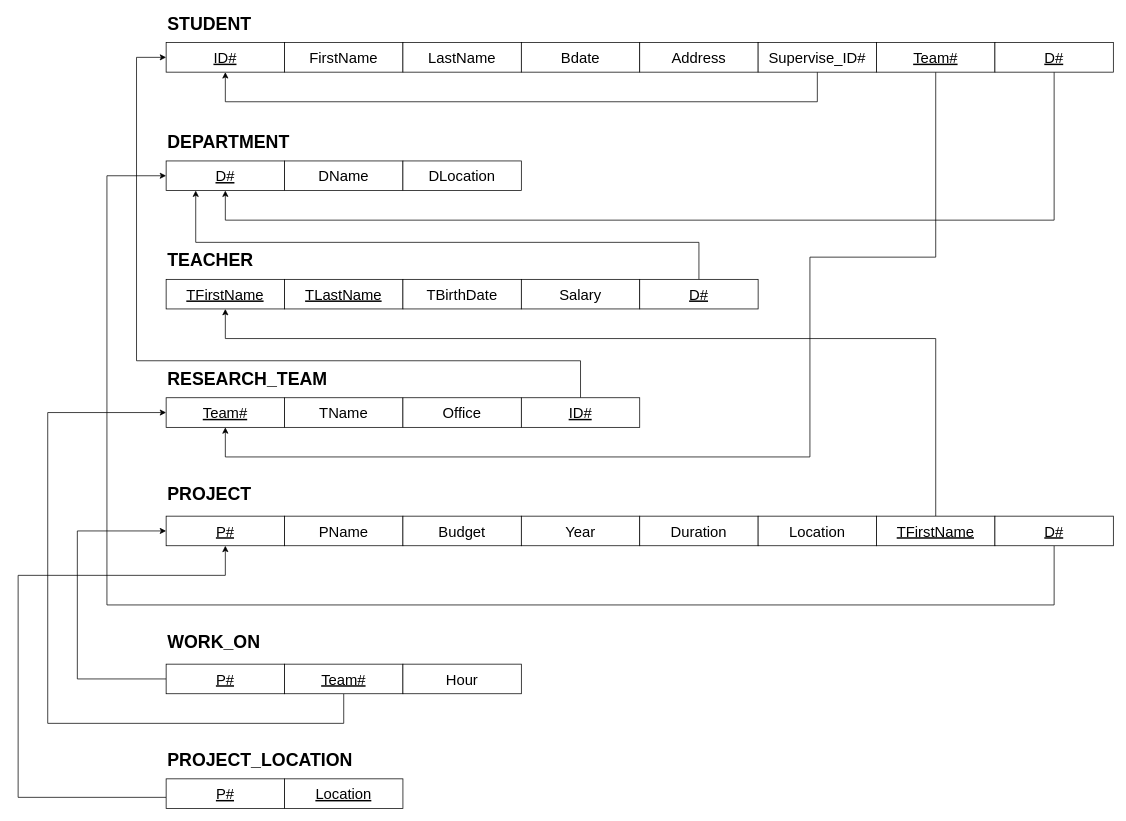
Earlier version of the draw.io diagram page "Page-1" (1 of 3) of relational_database_model.drawio (phlpat/test_repo). Source tidied: cells renumbered, new cells numbered last; positions are measured from the earlier drawing's top-left corner, leaving out a move shared by most shapes. Both pictures are drawn from the tidied source at 74%, with x=0, y=0 at pixel (18, 13).
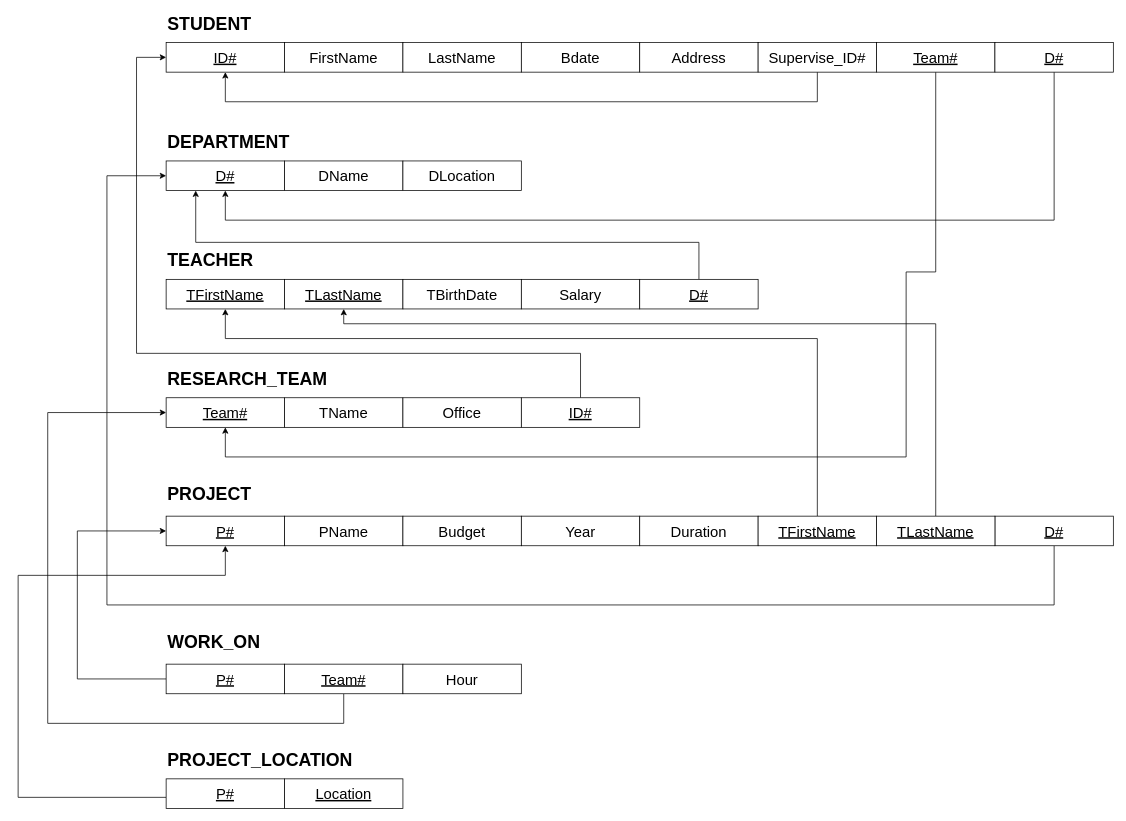
After the change.

Unchanged cells that the change refers to:
```xml
<mxCell id="2" value="&lt;font style=&quot;font-size: 20px&quot;&gt;&lt;u&gt;ID#&lt;/u&gt;&lt;/font&gt;" style="rounded=0;whiteSpace=wrap;html=1;" parent="1" vertex="1">
  <mxGeometry x="200" y="40" width="160" height="40" as="geometry" />
</mxCell>
<mxCell id="12" value="&lt;font style=&quot;font-size: 20px&quot;&gt;&lt;u&gt;D#&lt;/u&gt;&lt;/font&gt;" style="rounded=0;whiteSpace=wrap;html=1;" parent="1" vertex="1">
  <mxGeometry x="200" y="200" width="160" height="40" as="geometry" />
</mxCell>
<mxCell id="15" value="&lt;font style=&quot;font-size: 20px&quot;&gt;&lt;u&gt;TFirstName&lt;/u&gt;&lt;/font&gt;" style="rounded=0;whiteSpace=wrap;html=1;" parent="1" vertex="1">
  <mxGeometry x="200" y="360" width="160" height="40" as="geometry" />
</mxCell>
<mxCell id="16" value="&lt;u style=&quot;font-size: 20px&quot;&gt;TLastName&lt;/u&gt;" style="rounded=0;whiteSpace=wrap;html=1;" parent="1" vertex="1">
  <mxGeometry x="360" y="360" width="160" height="40" as="geometry" />
</mxCell>
<mxCell id="19" value="&lt;font style=&quot;font-size: 20px&quot;&gt;&lt;u&gt;Team#&lt;/u&gt;&lt;/font&gt;" style="rounded=0;whiteSpace=wrap;html=1;" parent="1" vertex="1">
  <mxGeometry x="200" y="520" width="160" height="40" as="geometry" />
</mxCell>
<mxCell id="31" value="&lt;span style=&quot;font-size: 20px&quot;&gt;&lt;u&gt;Team#&lt;/u&gt;&lt;/span&gt;" style="rounded=0;whiteSpace=wrap;html=1;" parent="1" vertex="1">
  <mxGeometry x="1160" y="40" width="160" height="40" as="geometry" />
</mxCell>
<mxCell id="33" value="&lt;font style=&quot;font-size: 20px&quot;&gt;&lt;u&gt;ID#&lt;/u&gt;&lt;/font&gt;" style="rounded=0;whiteSpace=wrap;html=1;" parent="1" vertex="1">
  <mxGeometry x="680" y="520" width="160" height="40" as="geometry" />
</mxCell>
<mxCell id="41" value="&lt;font style=&quot;font-size: 20px&quot;&gt;&lt;u&gt;D#&lt;/u&gt;&lt;/font&gt;" style="rounded=0;whiteSpace=wrap;html=1;" parent="1" vertex="1">
  <mxGeometry x="1320" y="680" width="160" height="40" as="geometry" />
</mxCell>
```

What changed in the source:
```diff
@@
-    <mxCell id="27" value="&lt;span style=&quot;font-size: 20px&quot;&gt;Location&lt;/span&gt;" style="rounded=0;whiteSpace=wrap;html=1;" parent="1" vertex="1">
-      <mxGeometry x="1000" y="680" width="160" height="40" as="geometry" />
-    </mxCell>
@@
-    <mxCell id="30" style="edgeStyle=orthogonalEdgeStyle;rounded=0;jettySize=auto;html=1;entryX=0.5;entryY=1;entryDx=0;entryDy=0;fontSize=20;endArrow=classic;endFill=1;" parent="1" edge="1" source="31" target="19">
+    <mxCell id="30" style="edgeStyle=orthogonalEdgeStyle;rounded=0;jettySize=auto;html=1;entryX=0.5;entryY=1;entryDx=0;entryDy=0;fontSize=20;endArrow=classic;endFill=1;exitX=0.5;exitY=1;exitDx=0;exitDy=0;" parent="1" edge="1" source="31" target="19">
       <mxGeometry relative="1" as="geometry">
         <Array as="points">
-          <mxPoint x="1240" y="330" />
-          <mxPoint x="1070" y="330" />
-          <mxPoint x="1070" y="600" />
+          <mxPoint x="1240" y="350" />
+          <mxPoint x="1200" y="350" />
+          <mxPoint x="1200" y="600" />
           <mxPoint x="280" y="600" />
         </Array>
       </mxGeometry>
     </mxCell>
@@
     <mxCell id="32" style="edgeStyle=orthogonalEdgeStyle;rounded=0;jettySize=auto;html=1;entryX=0;entryY=0.5;entryDx=0;entryDy=0;fontSize=20;endArrow=classic;endFill=1;exitX=0.5;exitY=0;exitDx=0;exitDy=0;" parent="1" edge="1" source="33" target="2">
       <mxGeometry relative="1" as="geometry">
         <Array as="points">
-          <mxPoint x="760" y="470" />
-          <mxPoint x="160" y="470" />
+          <mxPoint x="760" y="460" />
+          <mxPoint x="160" y="460" />
           <mxPoint x="160" y="60" />
         </Array>
       </mxGeometry>
     </mxCell>
@@
     <mxCell id="38" style="edgeStyle=orthogonalEdgeStyle;rounded=0;jettySize=auto;html=1;entryX=0.5;entryY=1;entryDx=0;entryDy=0;fontSize=20;endArrow=classic;endFill=1;" parent="1" edge="1" source="39" target="15">
       <mxGeometry relative="1" as="geometry">
         <Array as="points">
-          <mxPoint x="1240" y="440" />
+          <mxPoint x="1080" y="440" />
           <mxPoint x="280" y="440" />
         </Array>
       </mxGeometry>
     </mxCell>
     <mxCell id="39" value="&lt;font style=&quot;font-size: 20px&quot;&gt;&lt;u&gt;TFirstName&lt;/u&gt;&lt;/font&gt;" style="rounded=0;whiteSpace=wrap;html=1;" parent="1" vertex="1">
-      <mxGeometry x="1160" y="680" width="160" height="40" as="geometry" />
+      <mxGeometry x="1000" y="680" width="160" height="40" as="geometry" />
     </mxCell>
-    <mxCell id="40" style="edgeStyle=orthogonalEdgeStyle;rounded=0;jettySize=auto;html=1;entryX=0;entryY=0.5;entryDx=0;entryDy=0;fontSize=20;endArrow=classic;endFill=1;" parent="1" edge="1" source="41" target="12">
+    <mxCell id="40" style="edgeStyle=orthogonalEdgeStyle;rounded=0;jettySize=auto;html=1;entryX=0;entryY=0.5;entryDx=0;entryDy=0;fontSize=20;endArrow=classic;endFill=1;exitX=0.5;exitY=1;exitDx=0;exitDy=0;" parent="1" edge="1" source="41" target="12">
       <mxGeometry relative="1" as="geometry">
         <Array as="points">
           <mxPoint x="1400" y="800" />
           <mxPoint x="120" y="800" />
           <mxPoint x="120" y="220" />
         </Array>
       </mxGeometry>
     </mxCell>
@@
+    <mxCell id="52" style="edgeStyle=orthogonalEdgeStyle;rounded=0;jettySize=auto;html=1;exitX=0.5;exitY=0;exitDx=0;exitDy=0;entryX=0.5;entryY=1;entryDx=0;entryDy=0;" parent="1" edge="1" source="53" target="16">
+      <mxGeometry relative="1" as="geometry">
+        <Array as="points">
+          <mxPoint x="1240" y="420" />
+          <mxPoint x="440" y="420" />
+        </Array>
+      </mxGeometry>
+    </mxCell>
+    <mxCell id="53" value="&lt;u style=&quot;font-size: 20px&quot;&gt;TLastName&lt;/u&gt;" style="rounded=0;whiteSpace=wrap;html=1;" parent="1" vertex="1">
+      <mxGeometry x="1160" y="680" width="160" height="40" as="geometry" />
+    </mxCell>
```
